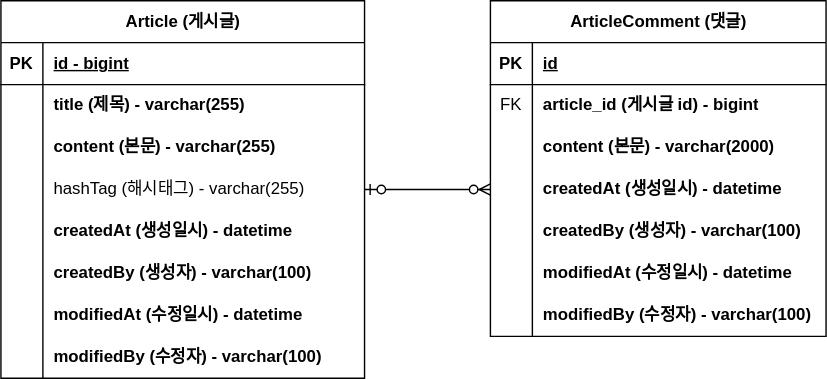
woohyeonjoe/project-board keeps this draw.io diagram as document/project-board-erd.svg. Above is the earlier version. Source tidied: cells renumbered, new cells last; positions are measured from the earlier drawing's top-left corner, leaving out a move shared by most shapes.
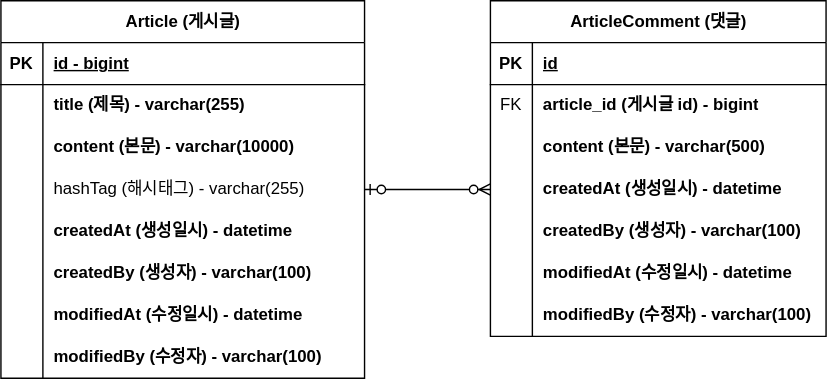
The same diagram one commit later.

Commit message:
#11 - erd 업데이트: content 사이즈 변경

Diff of the diagram source:
```diff
@@ -29,7 +29,7 @@
     <mxCell id="10" style="shape=partialRectangle;fillColor=none;top=0;left=0;bottom=0;right=0;overflow=hidden;whiteSpace=wrap;html=1;" parent="9" vertex="1">
       <mxGeometry width="30" height="30" as="geometry" />
     </mxCell>
-    <mxCell id="11" value="content (본문) - varchar(255)" style="shape=partialRectangle;fillColor=none;top=0;left=0;bottom=0;right=0;align=left;spacingLeft=6;overflow=hidden;whiteSpace=wrap;html=1;fontStyle=1;" parent="9" vertex="1">
+    <mxCell id="11" value="content (본문) - varchar(10000)" style="shape=partialRectangle;fillColor=none;top=0;left=0;bottom=0;right=0;align=left;spacingLeft=6;overflow=hidden;whiteSpace=wrap;html=1;fontStyle=1;" parent="9" vertex="1">
       <mxGeometry x="30" width="230" height="30" as="geometry" />
     </mxCell>
     <mxCell id="12" style="shape=tableRow;horizontal=0;startSize=0;swimlaneHead=0;swimlaneBody=0;fillColor=none;points=[[0,0.5],[1,0.5]];portConstraint=eastwest;top=0;left=0;right=0;bottom=0;" parent="2" vertex="1">
@@ -104,7 +104,7 @@
     <mxCell id="35" style="shape=partialRectangle;fillColor=none;top=0;left=0;bottom=0;right=0;overflow=hidden;whiteSpace=wrap;html=1;" parent="34" vertex="1">
       <mxGeometry width="30" height="30" as="geometry" />
     </mxCell>
-    <mxCell id="36" value="content (본문) - varchar(2000)" style="shape=partialRectangle;fillColor=none;top=0;left=0;bottom=0;right=0;align=left;spacingLeft=6;overflow=hidden;whiteSpace=wrap;html=1;fontStyle=1;" parent="34" vertex="1">
+    <mxCell id="36" value="content (본문) - varchar(500)" style="shape=partialRectangle;fillColor=none;top=0;left=0;bottom=0;right=0;align=left;spacingLeft=6;overflow=hidden;whiteSpace=wrap;html=1;fontStyle=1;" parent="34" vertex="1">
       <mxGeometry x="30" width="210" height="30" as="geometry" />
     </mxCell>
     <mxCell id="37" style="shape=tableRow;horizontal=0;startSize=0;swimlaneHead=0;swimlaneBody=0;fillColor=none;points=[[0,0.5],[1,0.5]];portConstraint=eastwest;top=0;left=0;right=0;bottom=0;" parent="27" vertex="1">
```
